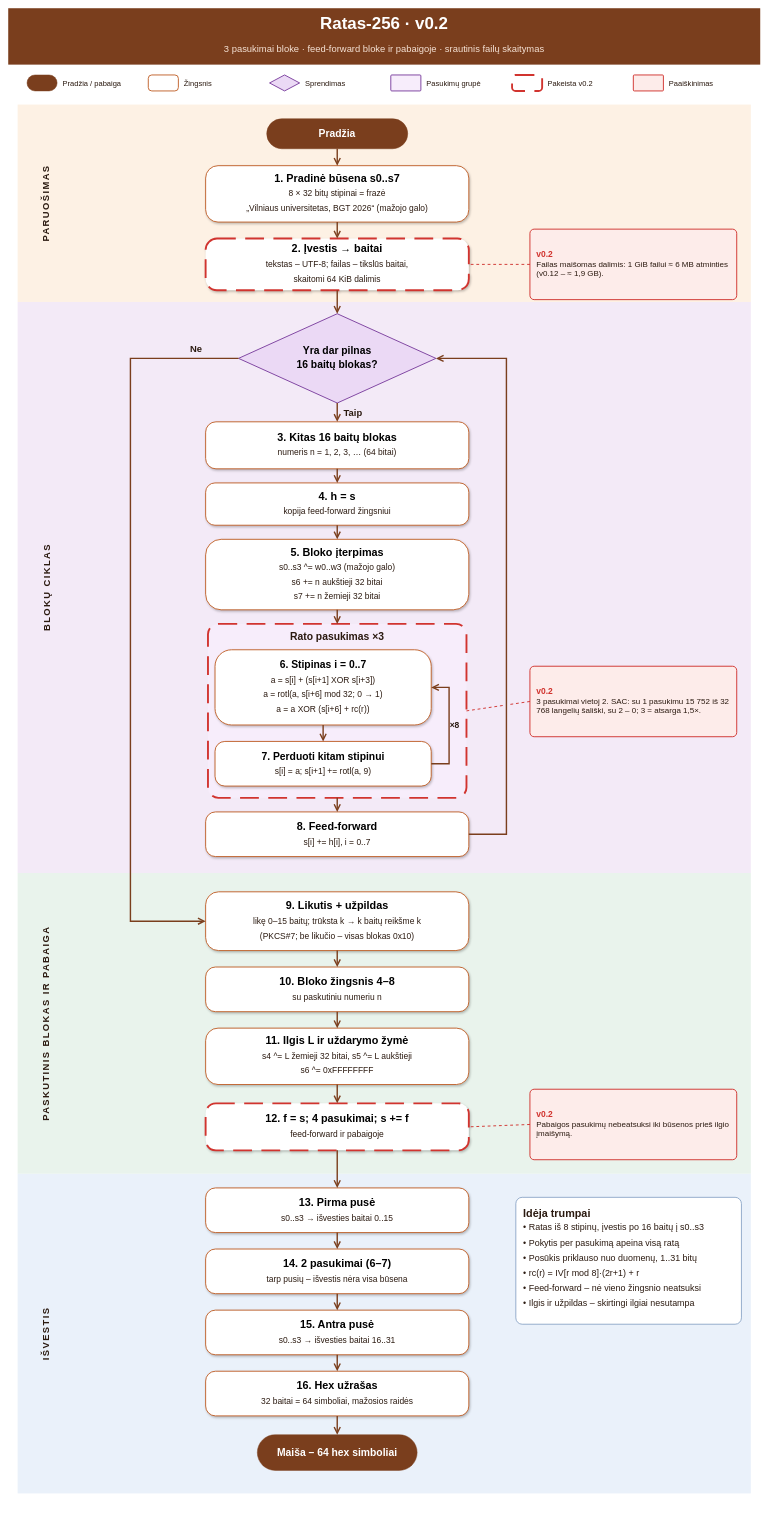
Before: Joringis-no AI/docs/algoritmo-schema-v0.2.drawio in Mizerd/BGT_1, a draw.io diagram. Source tidied: cells renumbered, new cells numbered last; positions are measured from the earlier drawing's top-left corner, leaving out a move shared by most shapes. Both pictures are drawn from the tidied source at 47%, with x=0, y=0 at pixel (-240, 8).
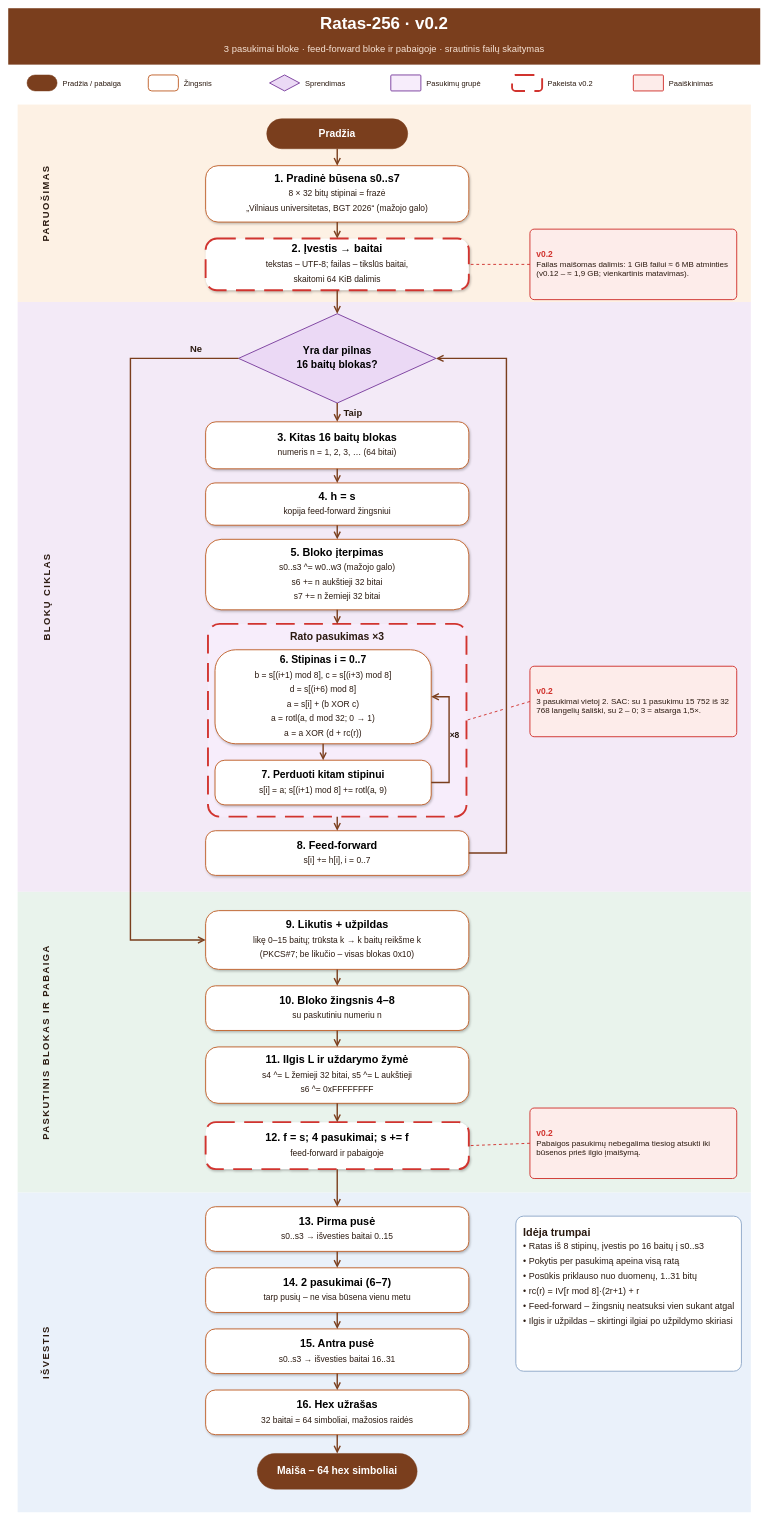
The same page after the edit.

Unchanged cells that the change refers to:
```xml
<mxCell id="26" value="&lt;div style=&quot;line-height:28px&quot;&gt;&lt;b style=&quot;font-size:22px;color:#000000&quot;&gt;Yra dar pilnas&lt;/b&gt;&lt;/div&gt;&lt;div style=&quot;line-height:28px&quot;&gt;&lt;b style=&quot;font-size:22px;color:#000000&quot;&gt;16 baitų blokas?&lt;/b&gt;&lt;/div&gt;" style="fontFamily=Trebuchet MS;fontColor=#2B1A10;html=1;whiteSpace=wrap;rhombus;fillColor=#EBD9F5;strokeColor=#7B3F9E;strokeWidth=2;" parent="1" vertex="1">
  <mxGeometry x="1018" y="650" width="420" height="190" as="geometry" />
</mxCell>
```

Diff of the diagram source:
```diff
@@
     <mxCell id="17" style="fontFamily=Trebuchet MS;fontColor=#2B1A10;html=1;whiteSpace=wrap;rounded=0;fillColor=#F3EAF7;strokeColor=none;" parent="1" vertex="1">
-      <mxGeometry x="548" y="625" width="1560" height="1215" as="geometry" />
+      <mxGeometry x="548" y="625" width="1560" height="1255" as="geometry" />
     </mxCell>
     <mxCell id="18" value="&lt;b style=&quot;font-size:20px;letter-spacing:3px&quot;&gt;BLOKŲ CIKLAS&lt;/b&gt;" style="fontFamily=Trebuchet MS;fontColor=#2B1A10;html=1;whiteSpace=wrap;text;strokeColor=none;fillColor=none;align=center;verticalAlign=middle;rotation=-90;" parent="1" vertex="1">
-      <mxGeometry x="0.5" y="1210.5" width="1215" height="44" as="geometry" />
+      <mxGeometry x="-19.5" y="1230.5" width="1255" height="44" as="geometry" />
     </mxCell>
     <mxCell id="19" style="fontFamily=Trebuchet MS;fontColor=#2B1A10;html=1;whiteSpace=wrap;rounded=0;fillColor=#E9F3EC;strokeColor=none;" parent="1" vertex="1">
-      <mxGeometry x="548" y="1840" width="1560" height="640" as="geometry" />
+      <mxGeometry x="548" y="1880" width="1560" height="640" as="geometry" />
     </mxCell>
     <mxCell id="20" value="&lt;b style=&quot;font-size:20px;letter-spacing:3px&quot;&gt;PASKUTINIS BLOKAS IR PABAIGA&lt;/b&gt;" style="fontFamily=Trebuchet MS;fontColor=#2B1A10;html=1;whiteSpace=wrap;text;strokeColor=none;fillColor=none;align=center;verticalAlign=middle;rotation=-90;" parent="1" vertex="1">
-      <mxGeometry x="288" y="2138" width="640" height="44" as="geometry" />
+      <mxGeometry x="288" y="2178" width="640" height="44" as="geometry" />
     </mxCell>
     <mxCell id="21" style="fontFamily=Trebuchet MS;fontColor=#2B1A10;html=1;whiteSpace=wrap;rounded=0;fillColor=#EAF1FA;strokeColor=none;" parent="1" vertex="1">
-      <mxGeometry x="548" y="2480" width="1560" height="680" as="geometry" />
+      <mxGeometry x="548" y="2520" width="1560" height="680" as="geometry" />
     </mxCell>
     <mxCell id="22" value="&lt;b style=&quot;font-size:20px;letter-spacing:3px&quot;&gt;IŠVESTIS&lt;/b&gt;" style="fontFamily=Trebuchet MS;fontColor=#2B1A10;html=1;whiteSpace=wrap;text;strokeColor=none;fillColor=none;align=center;verticalAlign=middle;rotation=-90;" parent="1" vertex="1">
-      <mxGeometry x="268" y="2798" width="680" height="44" as="geometry" />
+      <mxGeometry x="268" y="2838" width="680" height="44" as="geometry" />
     </mxCell>
@@
     <mxCell id="30" value="&lt;b style=&quot;font-size:22px&quot;&gt;Rato pasukimas ×3&lt;/b&gt;" style="fontFamily=Trebuchet MS;fontColor=#2B1A10;html=1;whiteSpace=wrap;rounded=1;arcSize=6;fillColor=#F7EDFB;strokeColor=#7B3F9E;strokeWidth=2;verticalAlign=top;align=center;spacingTop=8;strokeColor=#D1342F;strokeWidth=4;dashed=1;dashPattern=10 5;" parent="1" vertex="1">
-      <mxGeometry x="953" y="1310" width="550" height="370" as="geometry" />
+      <mxGeometry x="953" y="1310" width="550" height="410" as="geometry" />
     </mxCell>
-    <mxCell id="31" value="&lt;div style=&quot;line-height:29px&quot;&gt;&lt;b style=&quot;font-size:22px;color:#000000&quot;&gt;6. Stipinas i = 0..7&lt;/b&gt;&lt;br&gt;&lt;span style=&quot;font-size:18px&quot;&gt;a = s[i] + (s[i+1] XOR s[i+3])&lt;/span&gt;&lt;br&gt;&lt;span style=&quot;font-size:18px&quot;&gt;a = rotl(a, s[i+6] mod 32; 0 → 1)&lt;/span&gt;&lt;br&gt;&lt;span style=&quot;font-size:18px&quot;&gt;a = a XOR (s[i+6] + rc(r))&lt;/span&gt;&lt;/div&gt;" style="fontFamily=Trebuchet MS;fontColor=#2B1A10;html=1;whiteSpace=wrap;rounded=1;arcSize=22;fillColor=#FFFFFF;strokeColor=#C0622B;strokeWidth=2;shadow=1;align=center;verticalAlign=middle;" parent="1" vertex="1">
-      <mxGeometry x="968" y="1365" width="460" height="160" as="geometry" />
+    <mxCell id="31" value="&lt;div style=&quot;line-height:29px&quot;&gt;&lt;b style=&quot;font-size:22px;color:#000000&quot;&gt;6. Stipinas i = 0..7&lt;/b&gt;&lt;br&gt;&lt;span style=&quot;font-size:18px&quot;&gt;b = s[(i+1) mod 8],  c = s[(i+3) mod 8]&lt;/span&gt;&lt;br&gt;&lt;span style=&quot;font-size:18px&quot;&gt;d = s[(i+6) mod 8]&lt;/span&gt;&lt;br&gt;&lt;span style=&quot;font-size:18px&quot;&gt;a = s[i] + (b XOR c)&lt;/span&gt;&lt;br&gt;&lt;span style=&quot;font-size:18px&quot;&gt;a = rotl(a, d mod 32; 0 → 1)&lt;/span&gt;&lt;br&gt;&lt;span style=&quot;font-size:18px&quot;&gt;a = a XOR (d + rc(r))&lt;/span&gt;&lt;/div&gt;" style="fontFamily=Trebuchet MS;fontColor=#2B1A10;html=1;whiteSpace=wrap;rounded=1;arcSize=22;fillColor=#FFFFFF;strokeColor=#C0622B;strokeWidth=2;shadow=1;align=center;verticalAlign=middle;" parent="1" vertex="1">
+      <mxGeometry x="968" y="1365" width="460" height="200" as="geometry" />
     </mxCell>
-    <mxCell id="32" value="&lt;div style=&quot;line-height:29px&quot;&gt;&lt;b style=&quot;font-size:22px;color:#000000&quot;&gt;7. Perduoti kitam stipinui&lt;/b&gt;&lt;br&gt;&lt;span style=&quot;font-size:18px&quot;&gt;s[i] = a;  s[i+1] += rotl(a, 9)&lt;/span&gt;&lt;/div&gt;" style="fontFamily=Trebuchet MS;fontColor=#2B1A10;html=1;whiteSpace=wrap;rounded=1;arcSize=22;fillColor=#FFFFFF;strokeColor=#C0622B;strokeWidth=2;shadow=1;align=center;verticalAlign=middle;" parent="1" vertex="1">
-      <mxGeometry x="968" y="1560" width="460" height="95" as="geometry" />
+    <mxCell id="32" value="&lt;div style=&quot;line-height:29px&quot;&gt;&lt;b style=&quot;font-size:22px;color:#000000&quot;&gt;7. Perduoti kitam stipinui&lt;/b&gt;&lt;br&gt;&lt;span style=&quot;font-size:18px&quot;&gt;s[i] = a;  s[(i+1) mod 8] += rotl(a, 9)&lt;/span&gt;&lt;/div&gt;" style="fontFamily=Trebuchet MS;fontColor=#2B1A10;html=1;whiteSpace=wrap;rounded=1;arcSize=22;fillColor=#FFFFFF;strokeColor=#C0622B;strokeWidth=2;shadow=1;align=center;verticalAlign=middle;" parent="1" vertex="1">
+      <mxGeometry x="968" y="1600" width="460" height="95" as="geometry" />
     </mxCell>
     <mxCell id="33" value="&lt;div style=&quot;line-height:29px&quot;&gt;&lt;b style=&quot;font-size:23px;color:#000000&quot;&gt;8. Feed-forward&lt;/b&gt;&lt;br&gt;&lt;span style=&quot;font-size:18px&quot;&gt;s[i] += h[i],  i = 0..7&lt;/span&gt;&lt;/div&gt;" style="fontFamily=Trebuchet MS;fontColor=#2B1A10;html=1;whiteSpace=wrap;rounded=1;arcSize=22;fillColor=#FFFFFF;strokeColor=#C0622B;strokeWidth=2;shadow=1;align=center;verticalAlign=middle;" parent="1" vertex="1">
-      <mxGeometry x="948" y="1710" width="560" height="95" as="geometry" />
+      <mxGeometry x="948" y="1750" width="560" height="95" as="geometry" />
     </mxCell>
     <mxCell id="34" value="&lt;div style=&quot;line-height:29px&quot;&gt;&lt;b style=&quot;font-size:23px;color:#000000&quot;&gt;9. Likutis + užpildas&lt;/b&gt;&lt;br&gt;&lt;span style=&quot;font-size:18px&quot;&gt;likę 0–15 baitų; trūksta k → k baitų reikšme k&lt;/span&gt;&lt;br&gt;&lt;span style=&quot;font-size:18px&quot;&gt;(PKCS#7; be likučio – visas blokas 0x10)&lt;/span&gt;&lt;/div&gt;" style="fontFamily=Trebuchet MS;fontColor=#2B1A10;html=1;whiteSpace=wrap;rounded=1;arcSize=22;fillColor=#FFFFFF;strokeColor=#C0622B;strokeWidth=2;shadow=1;align=center;verticalAlign=middle;" parent="1" vertex="1">
-      <mxGeometry x="948" y="1880" width="560" height="125" as="geometry" />
+      <mxGeometry x="948" y="1920" width="560" height="125" as="geometry" />
     </mxCell>
     <mxCell id="35" value="&lt;div style=&quot;line-height:29px&quot;&gt;&lt;b style=&quot;font-size:23px;color:#000000&quot;&gt;10. Bloko žingsnis 4–8&lt;/b&gt;&lt;br&gt;&lt;span style=&quot;font-size:18px&quot;&gt;su paskutiniu numeriu n&lt;/span&gt;&lt;/div&gt;" style="fontFamily=Trebuchet MS;fontColor=#2B1A10;html=1;whiteSpace=wrap;rounded=1;arcSize=22;fillColor=#FFFFFF;strokeColor=#C0622B;strokeWidth=2;shadow=1;align=center;verticalAlign=middle;" parent="1" vertex="1">
-      <mxGeometry x="948" y="2040" width="560" height="95" as="geometry" />
+      <mxGeometry x="948" y="2080" width="560" height="95" as="geometry" />
     </mxCell>
     <mxCell id="36" value="&lt;div style=&quot;line-height:29px&quot;&gt;&lt;b style=&quot;font-size:23px;color:#000000&quot;&gt;11. Ilgis L ir uždarymo žymė&lt;/b&gt;&lt;br&gt;&lt;span style=&quot;font-size:18px&quot;&gt;s4 ^= L žemieji 32 bitai,  s5 ^= L aukštieji&lt;/span&gt;&lt;br&gt;&lt;span style=&quot;font-size:18px&quot;&gt;s6 ^= 0xFFFFFFFF&lt;/span&gt;&lt;/div&gt;" style="fontFamily=Trebuchet MS;fontColor=#2B1A10;html=1;whiteSpace=wrap;rounded=1;arcSize=22;fillColor=#FFFFFF;strokeColor=#C0622B;strokeWidth=2;shadow=1;align=center;verticalAlign=middle;" parent="1" vertex="1">
-      <mxGeometry x="948" y="2170" width="560" height="120" as="geometry" />
+      <mxGeometry x="948" y="2210" width="560" height="120" as="geometry" />
     </mxCell>
     <mxCell id="37" value="&lt;div style=&quot;line-height:29px&quot;&gt;&lt;b style=&quot;font-size:23px;color:#000000&quot;&gt;12. f = s;  4 pasukimai;  s += f&lt;/b&gt;&lt;br&gt;&lt;span style=&quot;font-size:18px&quot;&gt;feed-forward ir pabaigoje&lt;/span&gt;&lt;/div&gt;" style="fontFamily=Trebuchet MS;fontColor=#2B1A10;html=1;whiteSpace=wrap;rounded=1;arcSize=22;fillColor=#FFFFFF;strokeColor=#C0622B;strokeWidth=2;shadow=1;align=center;verticalAlign=middle;strokeColor=#D1342F;strokeWidth=4;dashed=1;dashPattern=10 5;" parent="1" vertex="1">
-      <mxGeometry x="948" y="2330" width="560" height="100" as="geometry" />
+      <mxGeometry x="948" y="2370" width="560" height="100" as="geometry" />
     </mxCell>
     <mxCell id="38" value="&lt;div style=&quot;line-height:29px&quot;&gt;&lt;b style=&quot;font-size:23px;color:#000000&quot;&gt;13. Pirma pusė&lt;/b&gt;&lt;br&gt;&lt;span style=&quot;font-size:18px&quot;&gt;s0..s3 → išvesties baitai 0..15&lt;/span&gt;&lt;/div&gt;" style="fontFamily=Trebuchet MS;fontColor=#2B1A10;html=1;whiteSpace=wrap;rounded=1;arcSize=22;fillColor=#FFFFFF;strokeColor=#C0622B;strokeWidth=2;shadow=1;align=center;verticalAlign=middle;" parent="1" vertex="1">
-      <mxGeometry x="948" y="2510" width="560" height="95" as="geometry" />
+      <mxGeometry x="948" y="2550" width="560" height="95" as="geometry" />
     </mxCell>
-    <mxCell id="39" value="&lt;div style=&quot;line-height:29px&quot;&gt;&lt;b style=&quot;font-size:23px;color:#000000&quot;&gt;14. 2 pasukimai (6–7)&lt;/b&gt;&lt;br&gt;&lt;span style=&quot;font-size:18px&quot;&gt;tarp pusių – išvestis nėra visa būsena&lt;/span&gt;&lt;/div&gt;" style="fontFamily=Trebuchet MS;fontColor=#2B1A10;html=1;whiteSpace=wrap;rounded=1;arcSize=22;fillColor=#FFFFFF;strokeColor=#C0622B;strokeWidth=2;shadow=1;align=center;verticalAlign=middle;" parent="1" vertex="1">
-      <mxGeometry x="948" y="2640" width="560" height="95" as="geometry" />
+    <mxCell id="39" value="&lt;div style=&quot;line-height:29px&quot;&gt;&lt;b style=&quot;font-size:23px;color:#000000&quot;&gt;14. 2 pasukimai (6–7)&lt;/b&gt;&lt;br&gt;&lt;span style=&quot;font-size:18px&quot;&gt;tarp pusių – ne visa būsena vienu metu&lt;/span&gt;&lt;/div&gt;" style="fontFamily=Trebuchet MS;fontColor=#2B1A10;html=1;whiteSpace=wrap;rounded=1;arcSize=22;fillColor=#FFFFFF;strokeColor=#C0622B;strokeWidth=2;shadow=1;align=center;verticalAlign=middle;" parent="1" vertex="1">
+      <mxGeometry x="948" y="2680" width="560" height="95" as="geometry" />
     </mxCell>
     <mxCell id="40" value="&lt;div style=&quot;line-height:29px&quot;&gt;&lt;b style=&quot;font-size:23px;color:#000000&quot;&gt;15. Antra pusė&lt;/b&gt;&lt;br&gt;&lt;span style=&quot;font-size:18px&quot;&gt;s0..s3 → išvesties baitai 16..31&lt;/span&gt;&lt;/div&gt;" style="fontFamily=Trebuchet MS;fontColor=#2B1A10;html=1;whiteSpace=wrap;rounded=1;arcSize=22;fillColor=#FFFFFF;strokeColor=#C0622B;strokeWidth=2;shadow=1;align=center;verticalAlign=middle;" parent="1" vertex="1">
-      <mxGeometry x="948" y="2770" width="560" height="95" as="geometry" />
+      <mxGeometry x="948" y="2810" width="560" height="95" as="geometry" />
     </mxCell>
     <mxCell id="41" value="&lt;div style=&quot;line-height:29px&quot;&gt;&lt;b style=&quot;font-size:23px;color:#000000&quot;&gt;16. Hex užrašas&lt;/b&gt;&lt;br&gt;&lt;span style=&quot;font-size:18px&quot;&gt;32 baitai = 64 simboliai, mažosios raidės&lt;/span&gt;&lt;/div&gt;" style="fontFamily=Trebuchet MS;fontColor=#2B1A10;html=1;whiteSpace=wrap;rounded=1;arcSize=22;fillColor=#FFFFFF;strokeColor=#C0622B;strokeWidth=2;shadow=1;align=center;verticalAlign=middle;" parent="1" vertex="1">
-      <mxGeometry x="948" y="2900" width="560" height="95" as="geometry" />
+      <mxGeometry x="948" y="2940" width="560" height="95" as="geometry" />
     </mxCell>
     <mxCell id="42" value="&lt;b style=&quot;font-size:22px&quot;&gt;Maiša – 64 hex simboliai&lt;/b&gt;" style="fontFamily=Trebuchet MS;fontColor=#2B1A10;html=1;whiteSpace=wrap;rounded=1;arcSize=50;fillColor=#7A3E1D;strokeColor=#7A3E1D;fontColor=#FFFFFF;" parent="1" vertex="1">
-      <mxGeometry x="1058" y="3035" width="340" height="76" as="geometry" />
+      <mxGeometry x="1058" y="3075" width="340" height="76" as="geometry" />
     </mxCell>
@@
     <mxCell id="52" style="edgeStyle=orthogonalEdgeStyle;rounded=0;html=1;strokeColor=#7A3E1D;strokeWidth=3;endArrow=open;endSize=10;fontFamily=Trebuchet MS;exitX=1;exitY=0.5;entryX=1;entryY=0.5;" parent="1" edge="1" source="32" target="31">
       <mxGeometry relative="1" as="geometry">
         <Array as="points">
-          <mxPoint x="1466" y="1607" />
-          <mxPoint x="1466" y="1445" />
+          <mxPoint x="1466" y="1647" />
+          <mxPoint x="1466" y="1465" />
         </Array>
       </mxGeometry>
     </mxCell>
     <mxCell id="53" value="&lt;b style=&quot;font-size:18px&quot;&gt;×8&lt;/b&gt;" style="fontFamily=Trebuchet MS;fontColor=#2B1A10;html=1;whiteSpace=wrap;text;strokeColor=none;fillColor=none;align=center;" parent="1" vertex="1">
-      <mxGeometry x="1456" y="1510" width="44" height="30" as="geometry" />
+      <mxGeometry x="1456" y="1530" width="44" height="30" as="geometry" />
     </mxCell>
@@
     <mxCell id="55" style="edgeStyle=orthogonalEdgeStyle;rounded=0;html=1;strokeColor=#7A3E1D;strokeWidth=3;endArrow=open;endSize=10;fontFamily=Trebuchet MS;exitX=1;exitY=0.5;entryX=1;entryY=0.5;" parent="1" edge="1" source="33" target="26">
       <mxGeometry relative="1" as="geometry">
         <Array as="points">
-          <mxPoint x="1588" y="1757" />
+          <mxPoint x="1588" y="1797" />
           <mxPoint x="1588" y="745" />
         </Array>
       </mxGeometry>
     </mxCell>
     <mxCell id="56" style="edgeStyle=orthogonalEdgeStyle;rounded=0;html=1;strokeColor=#7A3E1D;strokeWidth=3;endArrow=open;endSize=10;fontFamily=Trebuchet MS;exitX=0;exitY=0.5;entryX=0;entryY=0.5;" parent="1" edge="1" source="26" target="34">
       <mxGeometry relative="1" as="geometry">
         <Array as="points">
           <mxPoint x="788" y="745" />
-          <mxPoint x="788" y="1942" />
+          <mxPoint x="788" y="1982" />
         </Array>
       </mxGeometry>
     </mxCell>
@@
-    <mxCell id="66" value="&lt;b style=&quot;font-size:18px;color:#D1342F&quot;&gt;v0.2&lt;/b&gt;&lt;br&gt;&lt;span style=&quot;font-size:17px&quot;&gt;Failas maišomas dalimis: 1 GiB failui ≈ 6 MB atminties (v0.12 – ≈ 1,9 GB).&lt;/span&gt;" style="fontFamily=Trebuchet MS;fontColor=#2B1A10;html=1;whiteSpace=wrap;rounded=1;arcSize=6;fillColor=#FDECEA;strokeColor=#D1342F;strokeWidth=2;align=left;verticalAlign=middle;spacing=14;" parent="1" vertex="1">
+    <mxCell id="66" value="&lt;b style=&quot;font-size:18px;color:#D1342F&quot;&gt;v0.2&lt;/b&gt;&lt;br&gt;&lt;span style=&quot;font-size:17px&quot;&gt;Failas maišomas dalimis: 1 GiB failui ≈ 6 MB atminties (v0.12 – ≈ 1,9 GB; vienkartinis matavimas).&lt;/span&gt;" style="fontFamily=Trebuchet MS;fontColor=#2B1A10;html=1;whiteSpace=wrap;rounded=1;arcSize=6;fillColor=#FDECEA;strokeColor=#D1342F;strokeWidth=2;align=left;verticalAlign=middle;spacing=14;" parent="1" vertex="1">
       <mxGeometry x="1638" y="470" width="440" height="150" as="geometry" />
     </mxCell>
@@
-    <mxCell id="70" value="&lt;b style=&quot;font-size:18px;color:#D1342F&quot;&gt;v0.2&lt;/b&gt;&lt;br&gt;&lt;span style=&quot;font-size:17px&quot;&gt;Pabaigos pasukimų nebeatsuksi iki būsenos prieš ilgio įmaišymą.&lt;/span&gt;" style="fontFamily=Trebuchet MS;fontColor=#2B1A10;html=1;whiteSpace=wrap;rounded=1;arcSize=6;fillColor=#FDECEA;strokeColor=#D1342F;strokeWidth=2;align=left;verticalAlign=middle;spacing=14;" parent="1" vertex="1">
-      <mxGeometry x="1638" y="2300" width="440" height="150" as="geometry" />
+    <mxCell id="70" value="&lt;b style=&quot;font-size:18px;color:#D1342F&quot;&gt;v0.2&lt;/b&gt;&lt;br&gt;&lt;span style=&quot;font-size:17px&quot;&gt;Pabaigos pasukimų nebegalima tiesiog atsukti iki būsenos prieš ilgio įmaišymą.&lt;/span&gt;" style="fontFamily=Trebuchet MS;fontColor=#2B1A10;html=1;whiteSpace=wrap;rounded=1;arcSize=6;fillColor=#FDECEA;strokeColor=#D1342F;strokeWidth=2;align=left;verticalAlign=middle;spacing=14;" parent="1" vertex="1">
+      <mxGeometry x="1638" y="2340" width="440" height="150" as="geometry" />
     </mxCell>
@@
-    <mxCell id="72" value="&lt;b style=&quot;font-size:23px&quot;&gt;Idėja trumpai&lt;/b&gt;&lt;br&gt;&lt;span style=&quot;font-size:19px;line-height:32px&quot;&gt;• Ratas iš 8 stipinų, įvestis po 16 baitų į s0..s3&lt;br&gt;• Pokytis per pasukimą apeina visą ratą&lt;br&gt;• Posūkis priklauso nuo duomenų, 1..31 bitų&lt;br&gt;• rc(r) = IV[r mod 8]·(2r+1) + r&lt;br&gt;• Feed-forward – nė vieno žingsnio neatsuksi&lt;br&gt;• Ilgis ir užpildas – skirtingi ilgiai nesutampa&lt;/span&gt;" style="fontFamily=Trebuchet MS;fontColor=#2B1A10;html=1;whiteSpace=wrap;rounded=1;arcSize=5;fillColor=#FFFFFF;strokeColor=#8FA9C9;strokeWidth=2;align=left;verticalAlign=top;spacing=16;" parent="1" vertex="1">
-      <mxGeometry x="1608" y="2530" width="480" height="270" as="geometry" />
+    <mxCell id="72" value="&lt;b style=&quot;font-size:23px&quot;&gt;Idėja trumpai&lt;/b&gt;&lt;br&gt;&lt;span style=&quot;font-size:19px;line-height:32px&quot;&gt;• Ratas iš 8 stipinų, įvestis po 16 baitų į s0..s3&lt;br&gt;• Pokytis per pasukimą apeina visą ratą&lt;br&gt;• Posūkis priklauso nuo duomenų, 1..31 bitų&lt;br&gt;• rc(r) = IV[r mod 8]·(2r+1) + r&lt;br&gt;• Feed-forward – žingsnių neatsuksi vien sukant atgal&lt;br&gt;• Ilgis ir užpildas – skirtingi ilgiai po užpildymo skiriasi&lt;/span&gt;" style="fontFamily=Trebuchet MS;fontColor=#2B1A10;html=1;whiteSpace=wrap;rounded=1;arcSize=5;fillColor=#FFFFFF;strokeColor=#8FA9C9;strokeWidth=2;align=left;verticalAlign=top;spacing=16;" parent="1" vertex="1">
+      <mxGeometry x="1608" y="2570" width="480" height="330" as="geometry" />
     </mxCell>
```
